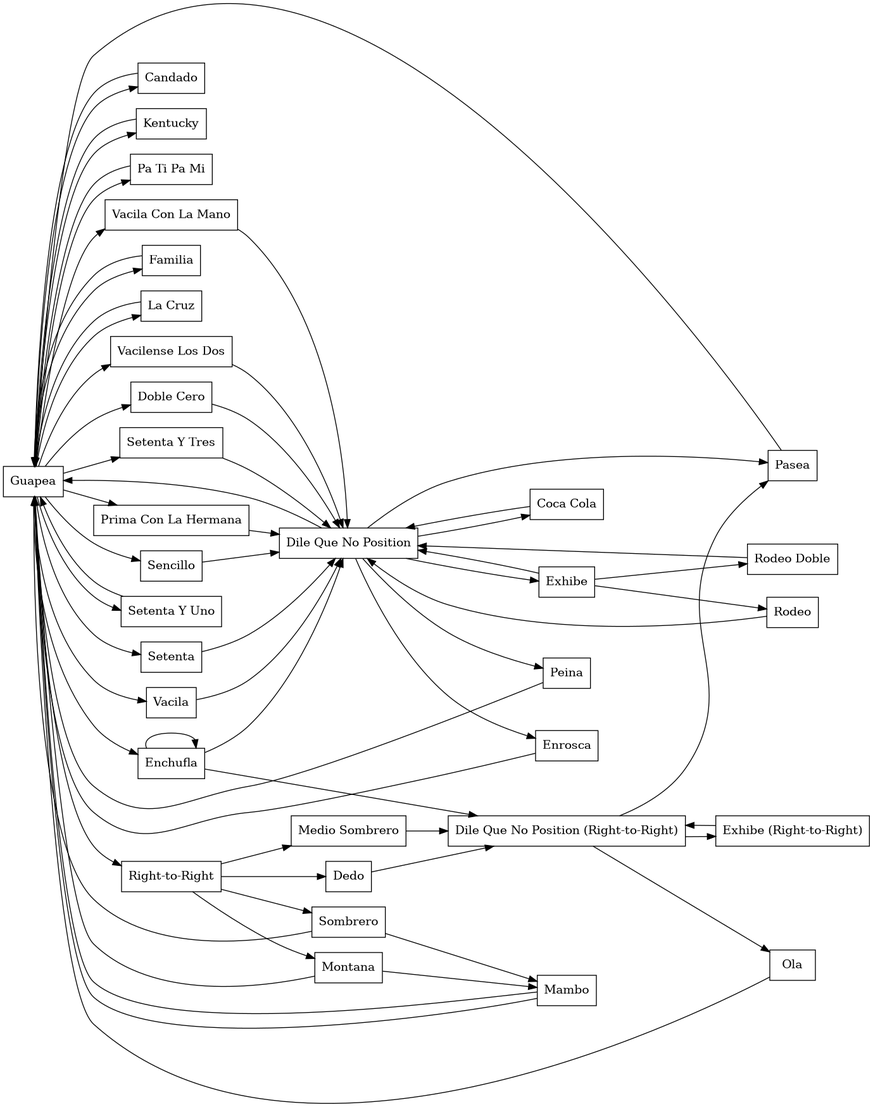
Earlier version of the Graphviz export images/social.png (adharsh/Salsa). Its source is kept beside it as social.dot.
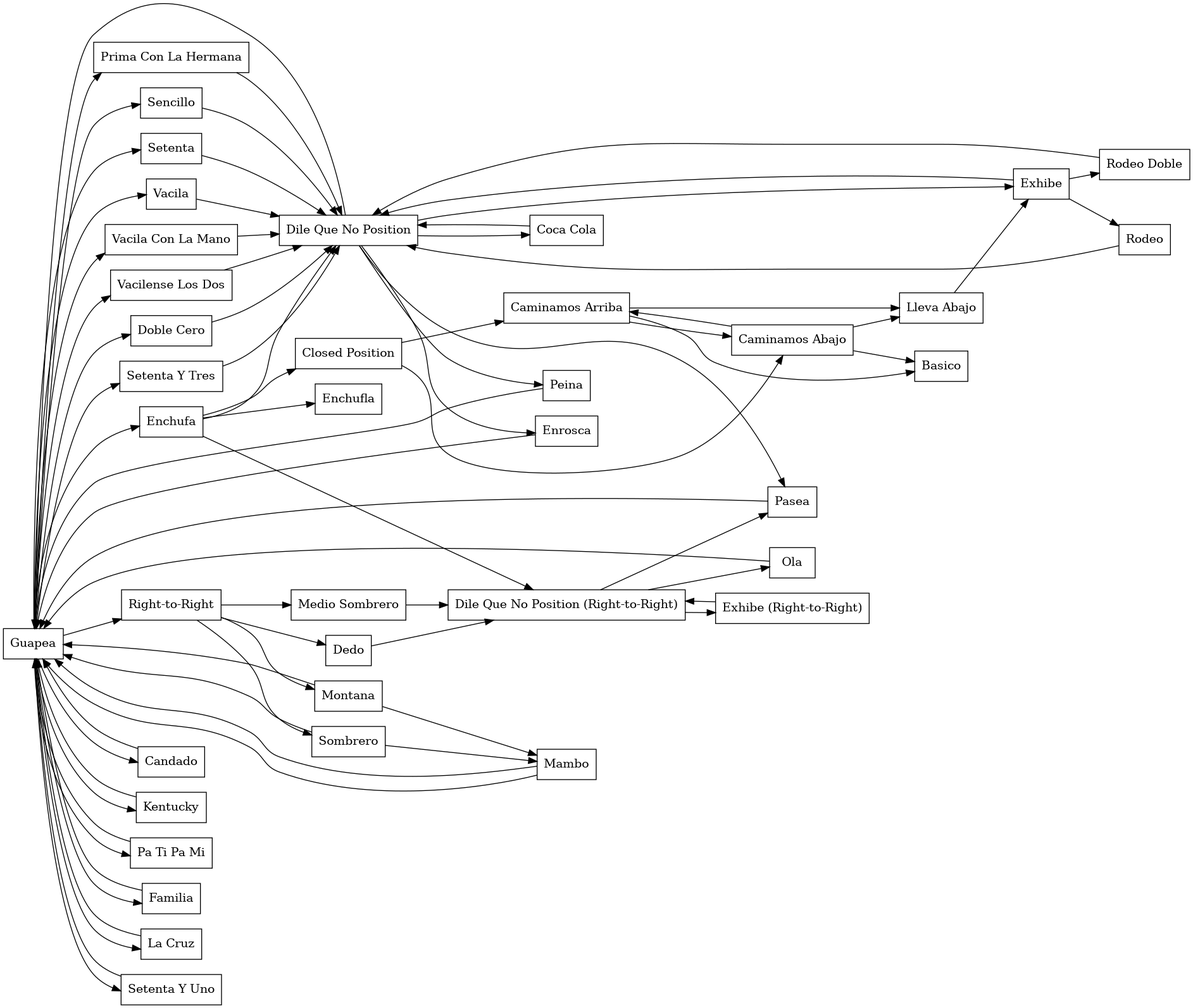
Later version of the same file.

Commit message:
Added closed position

Diff of the diagram source:
```diff
@@ -20,17 +20,25 @@
   node [shape=box];
   edge [color=black];
 
-  Guapea -> Enchufla;
-  Enchufla -> "Dile Que No Position";
-  Enchufla -> "Dile Que No Position (Right-to-Right)";
+  Guapea -> Enchufa;
+  Enchufa -> "Dile Que No Position";
+  Enchufa -> "Dile Que No Position (Right-to-Right)";
   "Dile Que No Position" -> Guapea;
   "Dile Que No Position" -> Exhibe;
   "Dile Que No Position" -> Pasea;
   "Dile Que No Position (Right-to-Right)" -> Pasea;
   Pasea -> Guapea;
   Exhibe -> "Dile Que No Position";
+  Enchufa -> "Closed Position";
+  "Closed Position" -> "Caminamos Arriba" -> "Caminamos Abajo";
+  "Closed Position" -> "Caminamos Abajo" -> "Caminamos Arriba";
+  "Caminamos Arriba" -> Basico;
+  "Caminamos Abajo" -> Basico;
+  "Caminamos Arriba" -> "Lleva Abajo";
+  "Caminamos Abajo" -> "Lleva Abajo";
+  "Lleva Abajo" -> Exhibe;
 
-  Enchufla -> Enchufla;
+  Enchufa -> Enchufla;
   Guapea -> Candado -> Guapea;
   Guapea -> Kentucky -> Guapea;
   Guapea -> "Pa Ti Pa Mi" -> Guapea;
```
